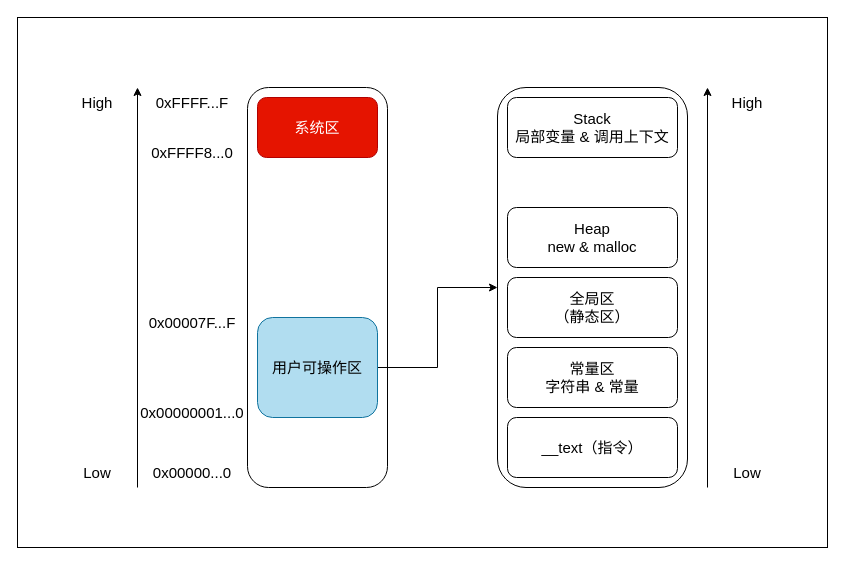
The draw.io diagram Memory area division.drawio in star-j/Flowchart, before the edit. Source tidied: cells renumbered, new cells numbered last; positions are measured from the earlier drawing's top-left corner, leaving out a move shared by most shapes. Both pictures are drawn from the tidied source at 100%, with x=0, y=0 at pixel (17, 17).
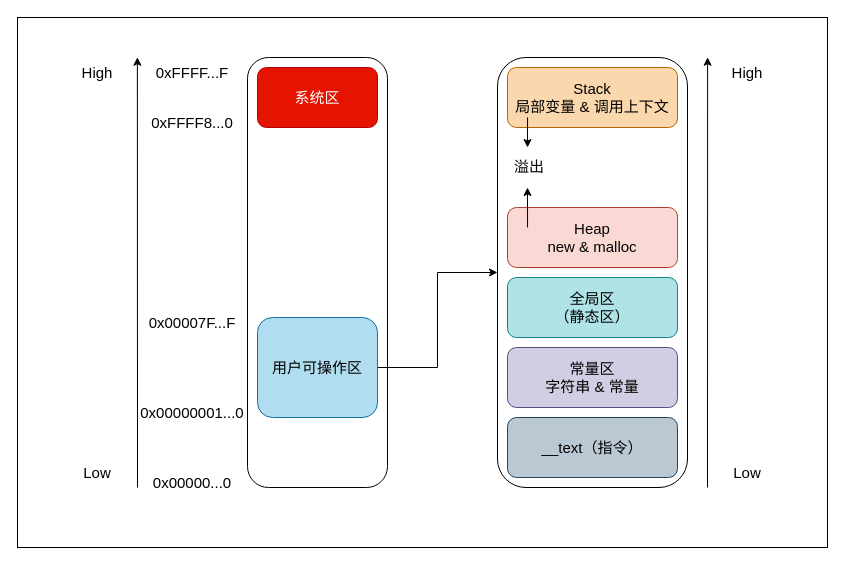
Above is the later version.

Unchanged cells that the change refers to:
```xml
<mxCell id="2" style="rounded=0;whiteSpace=wrap;html=1;fontSize=15;" parent="1" vertex="1">
  <mxGeometry width="810" height="530" as="geometry" />
</mxCell>
```

Change to the diagram source:
```diff
@@
     <mxCell id="3" style="rounded=1;whiteSpace=wrap;html=1;" parent="1" vertex="1">
-      <mxGeometry x="230" y="70" width="140" height="400" as="geometry" />
+      <mxGeometry x="230" y="40" width="140" height="430" as="geometry" />
     </mxCell>
-    <mxCell id="4" style="endArrow=classic;html=1;rounded=0;" parent="1" edge="1">
+    <mxCell id="4" style="endArrow=classic;html=1;rounded=0;entryX=0.148;entryY=0.075;entryDx=0;entryDy=0;entryPerimeter=0;" parent="1" edge="1" target="2">
       <mxGeometry relative="1" as="geometry">
         <mxPoint x="120" y="470" as="sourcePoint" />
-        <mxPoint x="120" y="70" as="targetPoint" />
       </mxGeometry>
     </mxCell>
     <mxCell id="5" value="系统区" style="rounded=1;whiteSpace=wrap;html=1;fillColor=#e51400;strokeColor=#B20000;fontColor=#ffffff;fontSize=15;" parent="1" vertex="1">
-      <mxGeometry x="240" y="80" width="120" height="60" as="geometry" />
+      <mxGeometry x="240" y="50" width="120" height="60" as="geometry" />
     </mxCell>
@@
     <mxCell id="9" value="High" style="text;html=1;strokeColor=none;fillColor=none;align=center;verticalAlign=middle;whiteSpace=wrap;rounded=0;fontSize=15;" parent="1" vertex="1">
-      <mxGeometry x="50" y="70" width="60" height="30" as="geometry" />
+      <mxGeometry x="50" y="40" width="60" height="30" as="geometry" />
     </mxCell>
     <mxCell id="10" value="0x00000...0" style="text;html=1;strokeColor=none;fillColor=none;align=center;verticalAlign=middle;whiteSpace=wrap;rounded=0;fontSize=15;" parent="1" vertex="1">
-      <mxGeometry x="130" y="440" width="90" height="30" as="geometry" />
+      <mxGeometry x="130" y="450" width="90" height="30" as="geometry" />
     </mxCell>
@@
     <mxCell id="13" value="0xFFFF8...0" style="text;html=1;strokeColor=none;fillColor=none;align=center;verticalAlign=middle;whiteSpace=wrap;rounded=0;fontSize=15;" parent="1" vertex="1">
-      <mxGeometry x="130" y="120" width="90" height="30" as="geometry" />
+      <mxGeometry x="130" y="90" width="90" height="30" as="geometry" />
     </mxCell>
     <mxCell id="14" value="0xFFFF...F" style="text;html=1;strokeColor=none;fillColor=none;align=center;verticalAlign=middle;whiteSpace=wrap;rounded=0;fontSize=15;" parent="1" vertex="1">
-      <mxGeometry x="130" y="70" width="90" height="30" as="geometry" />
+      <mxGeometry x="130" y="40" width="90" height="30" as="geometry" />
     </mxCell>
     <mxCell id="15" value="High" style="text;html=1;strokeColor=none;fillColor=none;align=center;verticalAlign=middle;whiteSpace=wrap;rounded=0;fontSize=15;" parent="1" vertex="1">
-      <mxGeometry x="700" y="70" width="60" height="30" as="geometry" />
+      <mxGeometry x="700" y="40" width="60" height="30" as="geometry" />
     </mxCell>
-    <mxCell id="16" style="endArrow=classic;html=1;rounded=0;" parent="1" edge="1">
+    <mxCell id="16" style="endArrow=classic;html=1;rounded=0;entryX=0.852;entryY=0.075;entryDx=0;entryDy=0;entryPerimeter=0;" parent="1" edge="1" target="2">
       <mxGeometry relative="1" as="geometry">
         <mxPoint x="690" y="470" as="sourcePoint" />
-        <mxPoint x="690" y="70" as="targetPoint" />
       </mxGeometry>
     </mxCell>
@@
     <mxCell id="18" style="rounded=1;whiteSpace=wrap;html=1;" parent="1" vertex="1">
-      <mxGeometry x="480" y="70" width="190" height="400" as="geometry" />
+      <mxGeometry x="480" y="40" width="190" height="430" as="geometry" />
     </mxCell>
-    <mxCell id="19" value="Stack&lt;br&gt;局部变量 &amp;amp; 调用上下文" style="rounded=1;whiteSpace=wrap;html=1;fontSize=15;" parent="1" vertex="1">
-      <mxGeometry x="490" y="80" width="170" height="60" as="geometry" />
+    <mxCell id="19" value="Stack&lt;br&gt;局部变量 &amp;amp; 调用上下文" style="rounded=1;whiteSpace=wrap;html=1;fontSize=15;fillColor=#fad7ac;strokeColor=#b46504;" parent="1" vertex="1">
+      <mxGeometry x="490" y="50" width="170" height="60" as="geometry" />
     </mxCell>
-    <mxCell id="20" value="Heap&lt;br&gt;new &amp;amp; malloc" style="rounded=1;whiteSpace=wrap;html=1;fontSize=15;" parent="1" vertex="1">
+    <mxCell id="20" value="Heap&lt;br&gt;new &amp;amp; malloc" style="rounded=1;whiteSpace=wrap;html=1;fontSize=15;fillColor=#fad9d5;strokeColor=#ae4132;" parent="1" vertex="1">
       <mxGeometry x="490" y="190" width="170" height="60" as="geometry" />
     </mxCell>
-    <mxCell id="21" value="全局区&lt;br&gt;（静态区）" style="rounded=1;whiteSpace=wrap;html=1;fontSize=15;" parent="1" vertex="1">
+    <mxCell id="21" value="全局区&lt;br&gt;（静态区）" style="rounded=1;whiteSpace=wrap;html=1;fontSize=15;fillColor=#b0e3e6;strokeColor=#0e8088;" parent="1" vertex="1">
       <mxGeometry x="490" y="260" width="170" height="60" as="geometry" />
     </mxCell>
-    <mxCell id="22" value="常量区&lt;br&gt;字符串 &amp;amp; 常量" style="rounded=1;whiteSpace=wrap;html=1;fontSize=15;" parent="1" vertex="1">
+    <mxCell id="22" value="常量区&lt;br&gt;字符串 &amp;amp; 常量" style="rounded=1;whiteSpace=wrap;html=1;fontSize=15;fillColor=#d0cee2;strokeColor=#56517e;" parent="1" vertex="1">
       <mxGeometry x="490" y="330" width="170" height="60" as="geometry" />
     </mxCell>
-    <mxCell id="23" value="__text（指令）" style="rounded=1;whiteSpace=wrap;html=1;fontSize=15;" parent="1" vertex="1">
+    <mxCell id="23" value="__text（指令）" style="rounded=1;whiteSpace=wrap;html=1;fontSize=15;fillColor=#bac8d3;strokeColor=#23445d;" parent="1" vertex="1">
       <mxGeometry x="490" y="400" width="170" height="60" as="geometry" />
     </mxCell>
+    <mxCell id="24" style="endArrow=classic;html=1;rounded=0;fontSize=15;exitX=0.118;exitY=0.833;exitDx=0;exitDy=0;exitPerimeter=0;" parent="1" edge="1" source="19">
+      <mxGeometry relative="1" as="geometry">
+        <mxPoint x="510" y="130" as="targetPoint" />
+      </mxGeometry>
+    </mxCell>
+    <mxCell id="25" style="endArrow=classic;html=1;rounded=0;fontSize=15;exitX=0.118;exitY=0.333;exitDx=0;exitDy=0;exitPerimeter=0;" parent="1" edge="1" source="20">
+      <mxGeometry relative="1" as="geometry">
+        <mxPoint x="510" y="170" as="targetPoint" />
+      </mxGeometry>
+    </mxCell>
+    <mxCell id="26" value="溢出" style="text;html=1;strokeColor=none;fillColor=none;align=center;verticalAlign=middle;whiteSpace=wrap;rounded=0;fontSize=15;" parent="1" vertex="1">
+      <mxGeometry x="482" y="134" width="60" height="30" as="geometry" />
+    </mxCell>
```
